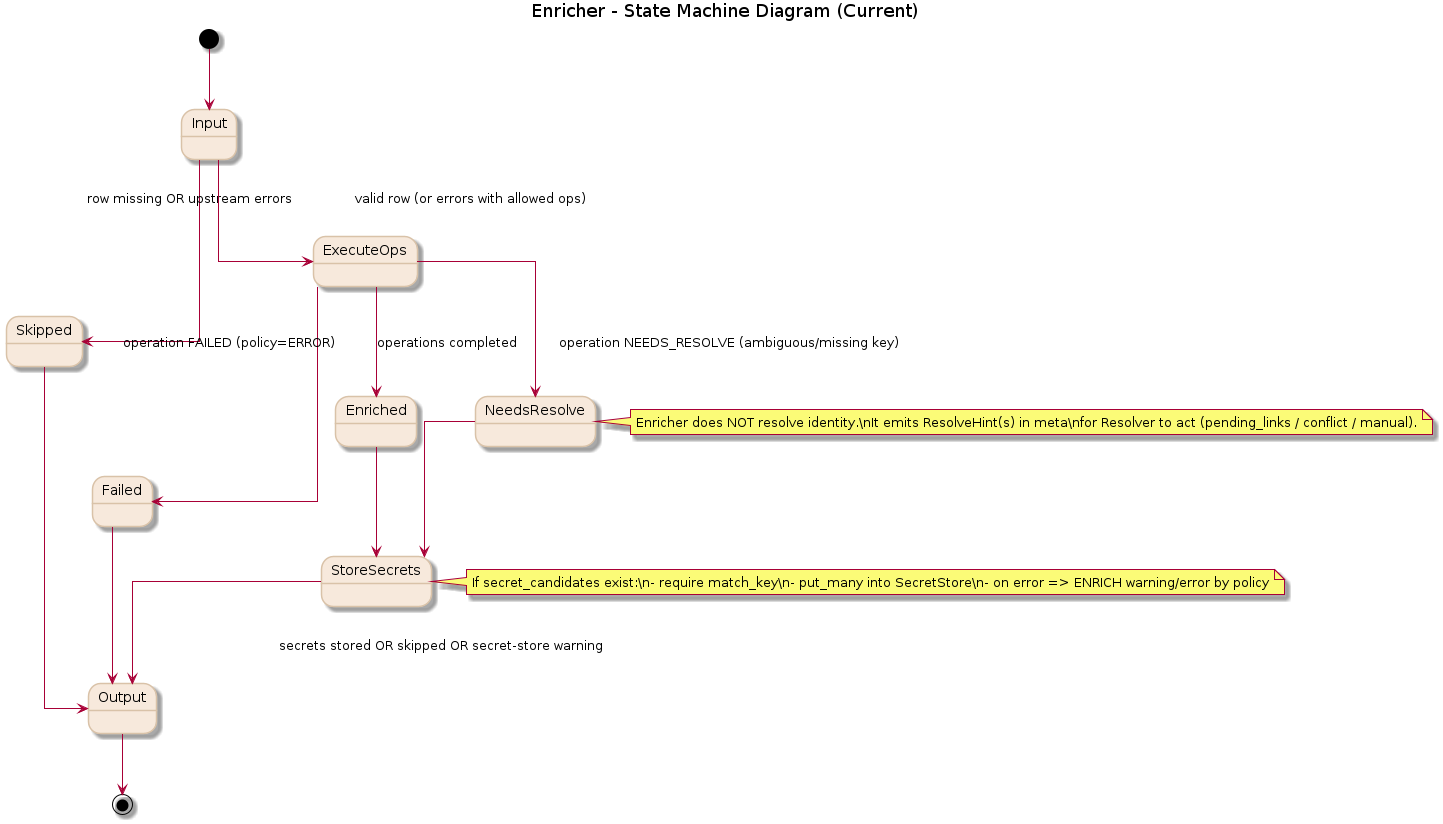
This is docs/uml/transform/enricher/enricher_state_machine.png from xORex-LC/nexus-etl, a PlantUML export, as it was before one commit. Its source is kept beside it as docs/uml/transform/enricher/enricher_state_machine.puml. Its diagram source:
```plantuml
@startuml
title Enricher - State Machine Diagram (Current)
skinparam backgroundColor white
skinparam linetype ortho
skinparam defaultFontName Arial
skinparam state {
  BackgroundColor #f7e9dc
  BorderColor #d9c2a8
}

[*] --> Input

Input --> Skipped : row missing OR upstream errors
Input --> ExecuteOps : valid row (or errors with allowed ops)

ExecuteOps --> Failed : operation FAILED (policy=ERROR)
ExecuteOps --> NeedsResolve : operation NEEDS_RESOLVE (ambiguous/missing key)
ExecuteOps --> Enriched : operations completed

NeedsResolve --> StoreSecrets
Enriched --> StoreSecrets
Skipped --> Output

StoreSecrets --> Output : secrets stored OR skipped OR secret-store warning

Failed --> Output

Output --> [*]

note right of NeedsResolve
Enricher does NOT resolve identity.\nIt emits ResolveHint(s) in meta\nfor Resolver to act (pending_links / conflict / manual).
end note

note right of StoreSecrets
If secret_candidates exist:\n- require match_key\n- put_many into SecretStore\n- on error => ENRICH warning/error by policy
end note

@enduml
```
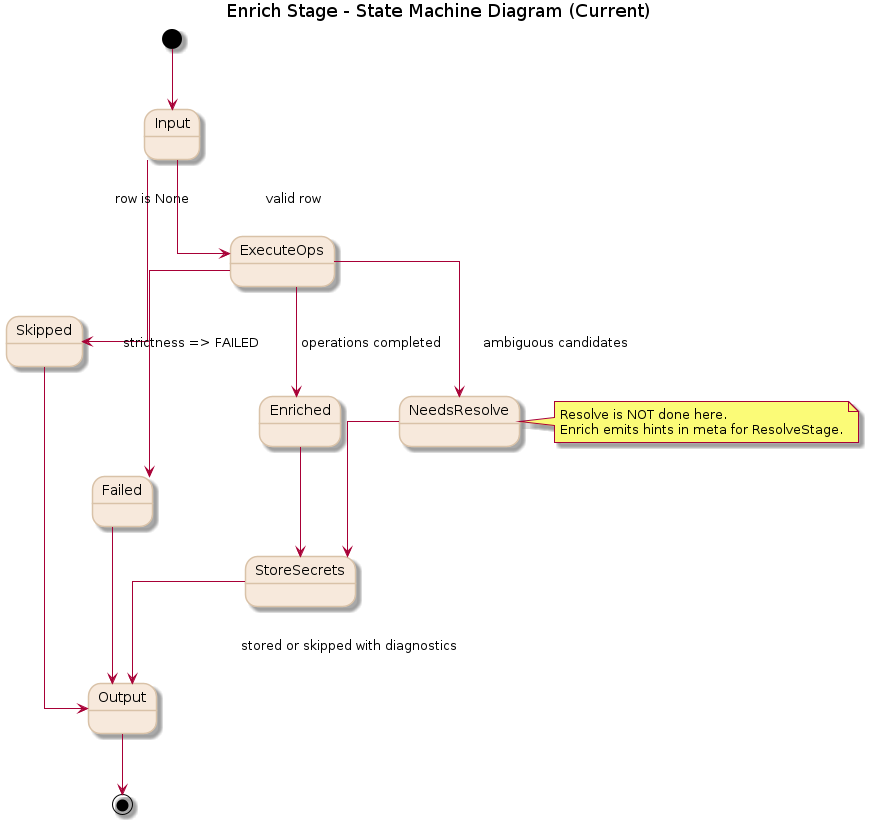
The same file after the commit.

Change to the diagram source:
```diff
@@ -1,5 +1,5 @@
 @startuml
-title Enricher - State Machine Diagram (Current)
+title Enrich Stage - State Machine Diagram (Current)
 skinparam backgroundColor white
 skinparam linetype ortho
 skinparam defaultFontName Arial
@@ -9,30 +9,24 @@
 }
 
 [*] --> Input
+Input --> Skipped : row is None
+Input --> ExecuteOps : valid row
 
-Input --> Skipped : row missing OR upstream errors
-Input --> ExecuteOps : valid row (or errors with allowed ops)
-
-ExecuteOps --> Failed : operation FAILED (policy=ERROR)
-ExecuteOps --> NeedsResolve : operation NEEDS_RESOLVE (ambiguous/missing key)
+ExecuteOps --> NeedsResolve : ambiguous candidates
+ExecuteOps --> Failed : strictness => FAILED
 ExecuteOps --> Enriched : operations completed
 
 NeedsResolve --> StoreSecrets
 Enriched --> StoreSecrets
+Failed --> Output
 Skipped --> Output
 
-StoreSecrets --> Output : secrets stored OR skipped OR secret-store warning
-
-Failed --> Output
-
+StoreSecrets --> Output : stored or skipped with diagnostics
 Output --> [*]
 
 note right of NeedsResolve
-Enricher does NOT resolve identity.\nIt emits ResolveHint(s) in meta\nfor Resolver to act (pending_links / conflict / manual).
-end note
-
-note right of StoreSecrets
-If secret_candidates exist:\n- require match_key\n- put_many into SecretStore\n- on error => ENRICH warning/error by policy
+Resolve is NOT done here.
+Enrich emits hints in meta for ResolveStage.
 end note
 
 @enduml
```
